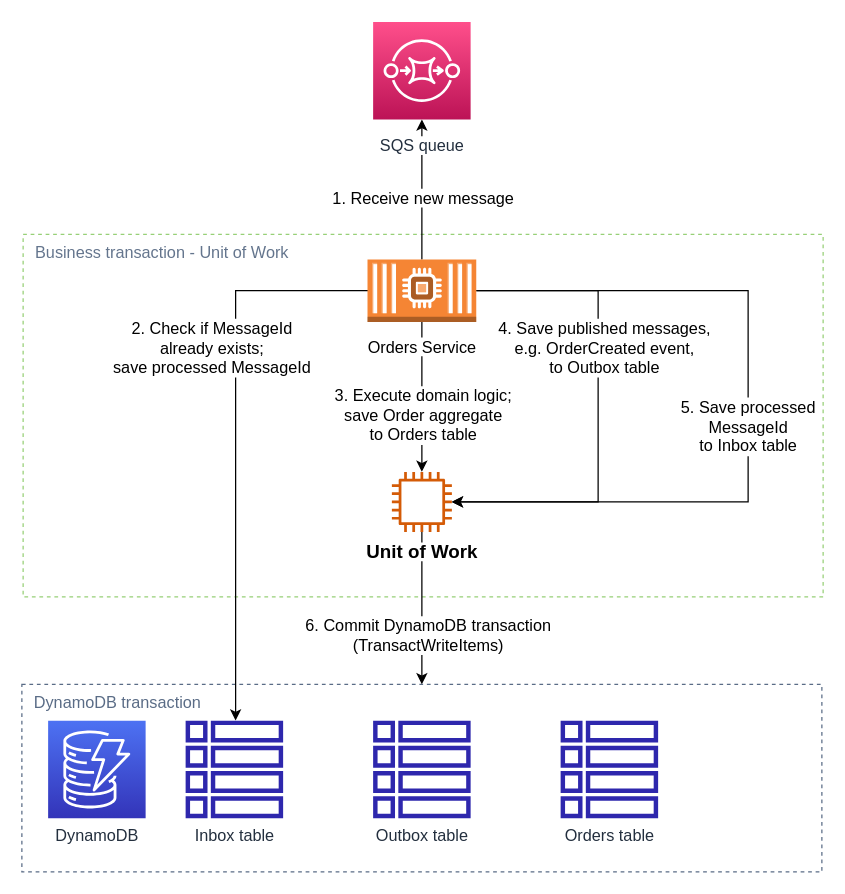
The draw.io diagram images/AWS Unit of Work DynamoDB.drawio in filipsnastins/transactional-messaging-patterns-with-aws-dynamodb-streams-sns-sqs-lambda, before the edit. Source tidied: cells renumbered, new cells numbered last; positions are measured from the earlier drawing's top-left corner, leaving out a move shared by most shapes. Both pictures are drawn from the tidied source at 125%, with x=0, y=0 at pixel (21, 21).
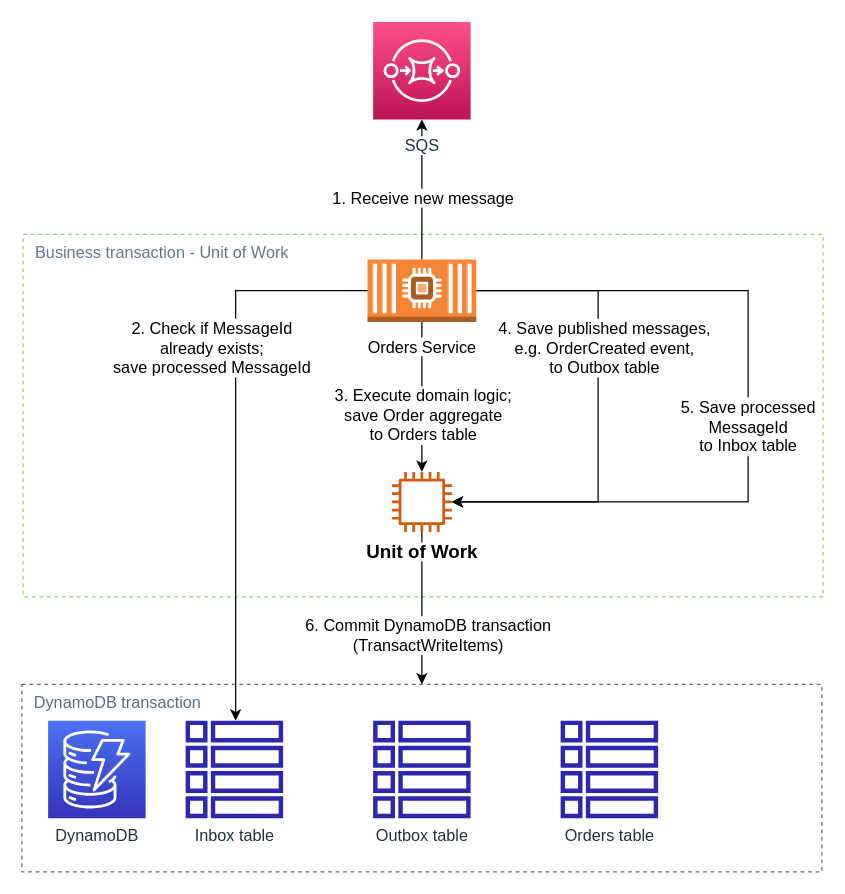
After the change.

Change to the diagram source:
```diff
@@
-    <mxCell id="8" value="&lt;span style=&quot;background-color: rgb(255, 255, 255); font-size: 13px;&quot;&gt;SQS queue&lt;/span&gt;" style="sketch=0;points=[[0,0,0],[0.25,0,0],[0.5,0,0],[0.75,0,0],[1,0,0],[0,1,0],[0.25,1,0],[0.5,1,0],[0.75,1,0],[1,1,0],[0,0.25,0],[0,0.5,0],[0,0.75,0],[1,0.25,0],[1,0.5,0],[1,0.75,0]];outlineConnect=0;fontColor=#232F3E;gradientColor=#FF4F8B;gradientDirection=north;fillColor=#BC1356;strokeColor=#ffffff;dashed=0;verticalLabelPosition=bottom;verticalAlign=top;align=center;html=1;fontSize=13;fontStyle=0;shape=mxgraph.aws4.resourceIcon;resIcon=mxgraph.aws4.sqs;spacingBottom=0;spacingTop=7;" parent="1" vertex="1">
+    <mxCell id="8" value="&lt;span style=&quot;background-color: rgb(255, 255, 255); font-size: 13px;&quot;&gt;SQS&lt;/span&gt;" style="sketch=0;points=[[0,0,0],[0.25,0,0],[0.5,0,0],[0.75,0,0],[1,0,0],[0,1,0],[0.25,1,0],[0.5,1,0],[0.75,1,0],[1,1,0],[0,0.25,0],[0,0.5,0],[0,0.75,0],[1,0.25,0],[1,0.5,0],[1,0.75,0]];outlineConnect=0;fontColor=#232F3E;gradientColor=#FF4F8B;gradientDirection=north;fillColor=#BC1356;strokeColor=#ffffff;dashed=0;verticalLabelPosition=bottom;verticalAlign=top;align=center;html=1;fontSize=13;fontStyle=0;shape=mxgraph.aws4.resourceIcon;resIcon=mxgraph.aws4.sqs;spacingBottom=0;spacingTop=7;" parent="1" vertex="1">
       <mxGeometry x="281" width="78" height="78" as="geometry" />
     </mxCell>
```
